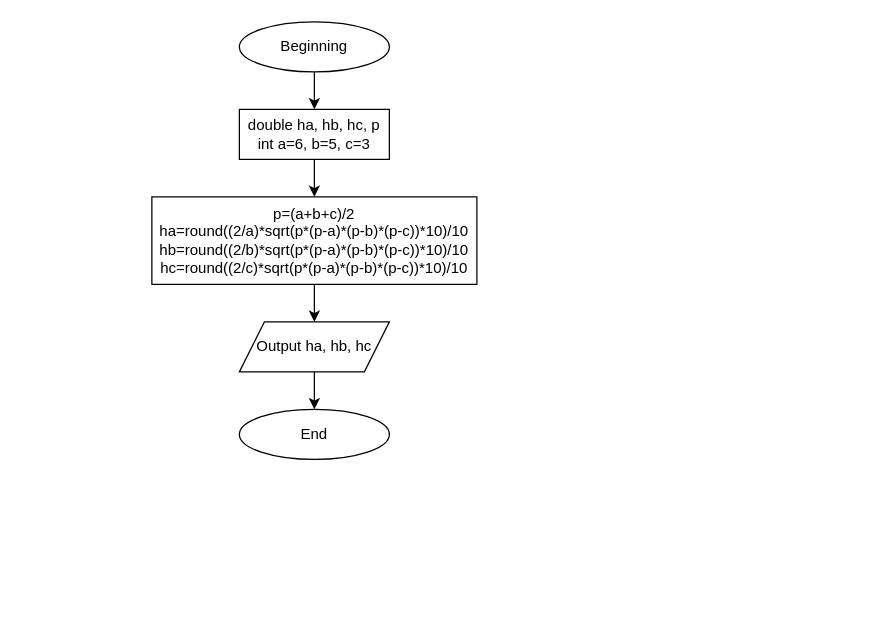
This is diagrams/Epic_7/vns_practice_work_task_1_zimnov_oleksandr_diagram.drawio from Zimnov1/Repo, a draw.io file, before an edit. Source tidied: cells renumbered, new cells numbered last; positions are measured from the earlier drawing's top-left corner, leaving out a move shared by most shapes. Both pictures are drawn from the tidied source at 125%, with x=0, y=0 at pixel (151, 21).
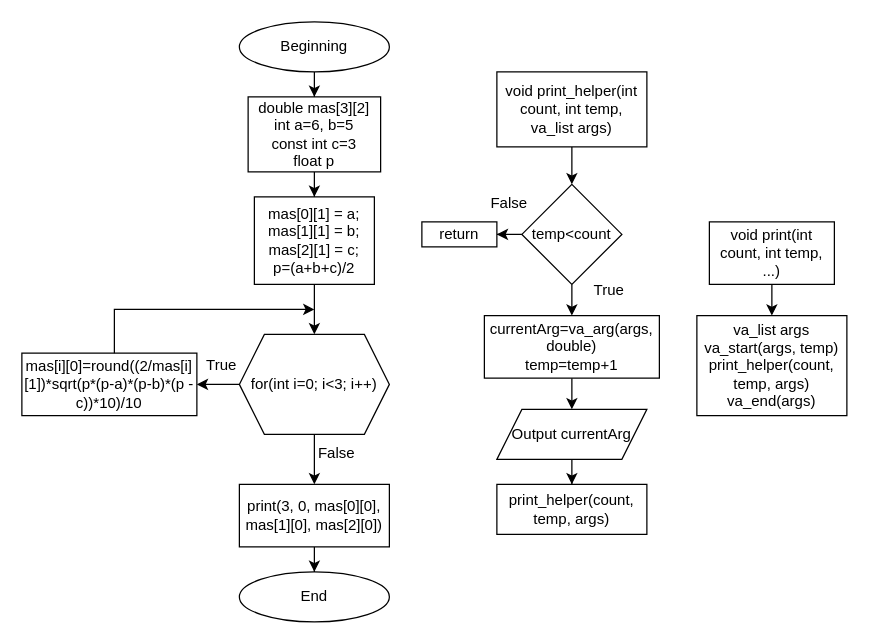
Above is the later version.

Diff of the diagram source:
```diff
@@
-    <mxCell id="5" value="double ha, hb, hc, p&lt;br&gt;int a=6, b=5, c=3" style="rounded=0;whiteSpace=wrap;html=1;" parent="1" vertex="1">
-      <mxGeometry x="70" y="70" width="120" height="40" as="geometry" />
+    <mxCell id="5" value="double mas[3][2]&lt;br&gt;int a=6, b=5&lt;br&gt;const int c=3&lt;br&gt;float p" style="rounded=0;whiteSpace=wrap;html=1;" parent="1" vertex="1">
+      <mxGeometry x="77" y="60" width="106" height="60" as="geometry" />
     </mxCell>
-    <mxCell id="6" style="edgeStyle=orthogonalEdgeStyle;rounded=0;jettySize=auto;html=1;" parent="1" edge="1" source="7" target="9">
+    <mxCell id="6" style="edgeStyle=orthogonalEdgeStyle;rounded=0;jettySize=auto;html=1;entryX=0.5;entryY=0;entryDx=0;entryDy=0;" parent="1" edge="1" source="7" target="29">
       <mxGeometry relative="1" as="geometry" />
     </mxCell>
-    <mxCell id="7" value="p=(a+b+c)/2&lt;br&gt;ha=round((2/a)*sqrt(p*(p-a)*(p-b)*(p-c))*10)/10&lt;br&gt;hb=round((2/b)*sqrt(p*(p-a)*(p-b)*(p-c))*10)/10&lt;br&gt;hc=round((2/c)*sqrt(p*(p-a)*(p-b)*(p-c))*10)/10" style="rounded=0;whiteSpace=wrap;html=1;" parent="1" vertex="1">
-      <mxGeometry y="140" width="260" height="70" as="geometry" />
+    <mxCell id="7" value="mas[0][1] = a; &lt;br&gt;mas[1][1] = b; &lt;br&gt;mas[2][1] = c;&lt;br&gt;p=(a+b+c)/2" style="rounded=0;whiteSpace=wrap;html=1;" parent="1" vertex="1">
+      <mxGeometry x="82" y="140" width="96" height="70" as="geometry" />
     </mxCell>
-    <mxCell id="8" style="edgeStyle=orthogonalEdgeStyle;rounded=0;jettySize=auto;html=1;" parent="1" edge="1" source="9" target="10">
-      <mxGeometry relative="1" as="geometry" />
-    </mxCell>
-    <mxCell id="9" value="Output ha, hb, hc" style="shape=parallelogram;perimeter=parallelogramPerimeter;whiteSpace=wrap;html=1;fixedSize=1;" parent="1" vertex="1">
-      <mxGeometry x="70" y="240" width="120" height="40" as="geometry" />
-    </mxCell>
     <mxCell id="10" value="End" style="ellipse;whiteSpace=wrap;html=1;" parent="1" vertex="1">
-      <mxGeometry x="70" y="310" width="120" height="40" as="geometry" />
+      <mxGeometry x="70" y="440" width="120" height="40" as="geometry" />
     </mxCell>
+    <mxCell id="11" style="edgeStyle=orthogonalEdgeStyle;rounded=0;jettySize=auto;html=1;" parent="1" edge="1" source="12" target="15">
+      <mxGeometry relative="1" as="geometry" />
+    </mxCell>
+    <mxCell id="12" value="void print_helper(int count, int temp, va_list args)" style="rounded=0;whiteSpace=wrap;html=1;" parent="1" vertex="1">
+      <mxGeometry x="276" y="40" width="120" height="60" as="geometry" />
+    </mxCell>
+    <mxCell id="13" style="edgeStyle=orthogonalEdgeStyle;rounded=0;jettySize=auto;html=1;" parent="1" edge="1" source="15" target="16">
+      <mxGeometry relative="1" as="geometry" />
+    </mxCell>
+    <mxCell id="14" style="edgeStyle=orthogonalEdgeStyle;rounded=0;jettySize=auto;html=1;" parent="1" edge="1" source="15" target="18">
+      <mxGeometry relative="1" as="geometry" />
+    </mxCell>
+    <mxCell id="15" value="temp&amp;lt;count" style="rhombus;whiteSpace=wrap;html=1;" parent="1" vertex="1">
+      <mxGeometry x="296" y="130" width="80" height="80" as="geometry" />
+    </mxCell>
+    <mxCell id="16" value="return" style="rounded=0;whiteSpace=wrap;html=1;" parent="1" vertex="1">
+      <mxGeometry x="216" y="160" width="60" height="20" as="geometry" />
+    </mxCell>
+    <mxCell id="17" style="edgeStyle=orthogonalEdgeStyle;rounded=0;jettySize=auto;html=1;" parent="1" edge="1" source="18" target="20">
+      <mxGeometry relative="1" as="geometry" />
+    </mxCell>
+    <mxCell id="18" value="currentArg=va_arg(args, double)&lt;br&gt;temp=temp+1" style="rounded=0;whiteSpace=wrap;html=1;" parent="1" vertex="1">
+      <mxGeometry x="266" y="235" width="140" height="50" as="geometry" />
+    </mxCell>
+    <mxCell id="19" style="edgeStyle=orthogonalEdgeStyle;rounded=0;jettySize=auto;html=1;" parent="1" edge="1" source="20" target="21">
+      <mxGeometry relative="1" as="geometry" />
+    </mxCell>
+    <mxCell id="20" value="Output currentArg" style="shape=parallelogram;perimeter=parallelogramPerimeter;whiteSpace=wrap;html=1;fixedSize=1;" parent="1" vertex="1">
+      <mxGeometry x="276" y="310" width="120" height="40" as="geometry" />
+    </mxCell>
+    <mxCell id="21" value="print_helper(count, temp, args)" style="rounded=0;whiteSpace=wrap;html=1;" parent="1" vertex="1">
+      <mxGeometry x="276" y="370" width="120" height="40" as="geometry" />
+    </mxCell>
+    <mxCell id="22" value="True" style="text;html=1;strokeColor=none;fillColor=none;align=center;verticalAlign=middle;whiteSpace=wrap;rounded=0;" parent="1" vertex="1">
+      <mxGeometry x="336" y="200" width="60" height="30" as="geometry" />
+    </mxCell>
+    <mxCell id="23" value="False" style="text;html=1;strokeColor=none;fillColor=none;align=center;verticalAlign=middle;whiteSpace=wrap;rounded=0;" parent="1" vertex="1">
+      <mxGeometry x="256" y="130" width="60" height="30" as="geometry" />
+    </mxCell>
+    <mxCell id="24" style="edgeStyle=orthogonalEdgeStyle;rounded=0;jettySize=auto;html=1;" parent="1" edge="1" source="25" target="26">
+      <mxGeometry relative="1" as="geometry" />
+    </mxCell>
+    <mxCell id="25" value="void print(int count, int temp, ...)" style="rounded=0;whiteSpace=wrap;html=1;" parent="1" vertex="1">
+      <mxGeometry x="446" y="160" width="100" height="50" as="geometry" />
+    </mxCell>
+    <mxCell id="26" value="va_list args&lt;br&gt;va_start(args, temp)&lt;br&gt;print_helper(count, temp, args)&lt;br&gt;va_end(args)" style="rounded=0;whiteSpace=wrap;html=1;" parent="1" vertex="1">
+      <mxGeometry x="436" y="235" width="120" height="80" as="geometry" />
+    </mxCell>
+    <mxCell id="27" style="edgeStyle=orthogonalEdgeStyle;rounded=0;jettySize=auto;html=1;" parent="1" edge="1" source="29" target="30">
+      <mxGeometry relative="1" as="geometry" />
+    </mxCell>
+    <mxCell id="28" style="edgeStyle=orthogonalEdgeStyle;rounded=0;jettySize=auto;html=1;" parent="1" edge="1" source="29" target="35">
+      <mxGeometry relative="1" as="geometry" />
+    </mxCell>
+    <mxCell id="29" value="for(int i=0; i&amp;lt;3; i++)" style="shape=hexagon;perimeter=hexagonPerimeter2;whiteSpace=wrap;html=1;fixedSize=1;" parent="1" vertex="1">
+      <mxGeometry x="70" y="250" width="120" height="80" as="geometry" />
+    </mxCell>
+    <mxCell id="30" value="mas[i][0]=round((2/mas[i][1])*sqrt(p*(p-a)*(p-b)*(p - c))*10)/10" style="rounded=0;whiteSpace=wrap;html=1;" parent="1" vertex="1">
+      <mxGeometry x="-104" y="265" width="140" height="50" as="geometry" />
+    </mxCell>
+    <mxCell id="31" style="endArrow=classic;html=1;rounded=0;edgeStyle=orthogonalEdgeStyle;exitX=0.5;exitY=0;exitDx=0;exitDy=0;" parent="1" edge="1">
+      <mxGeometry relative="1" as="geometry">
+        <mxPoint x="-30" y="265" as="sourcePoint" />
+        <mxPoint x="130" y="230" as="targetPoint" />
+        <Array as="points">
+          <mxPoint x="-30" y="230" />
+        </Array>
+      </mxGeometry>
+    </mxCell>
+    <mxCell id="32" value="True" style="text;html=1;strokeColor=none;fillColor=none;align=center;verticalAlign=middle;whiteSpace=wrap;rounded=0;" parent="1" vertex="1">
+      <mxGeometry x="26" y="260" width="60" height="30" as="geometry" />
+    </mxCell>
+    <mxCell id="33" value="False" style="text;html=1;strokeColor=none;fillColor=none;align=center;verticalAlign=middle;whiteSpace=wrap;rounded=0;" parent="1" vertex="1">
+      <mxGeometry x="118" y="330" width="60" height="30" as="geometry" />
+    </mxCell>
+    <mxCell id="34" style="edgeStyle=orthogonalEdgeStyle;rounded=0;jettySize=auto;html=1;" parent="1" edge="1" source="35" target="10">
+      <mxGeometry relative="1" as="geometry" />
+    </mxCell>
+    <mxCell id="35" value="print(3, 0, mas[0][0], mas[1][0], mas[2][0])" style="rounded=0;whiteSpace=wrap;html=1;" parent="1" vertex="1">
+      <mxGeometry x="70" y="370" width="120" height="50" as="geometry" />
+    </mxCell>
```
